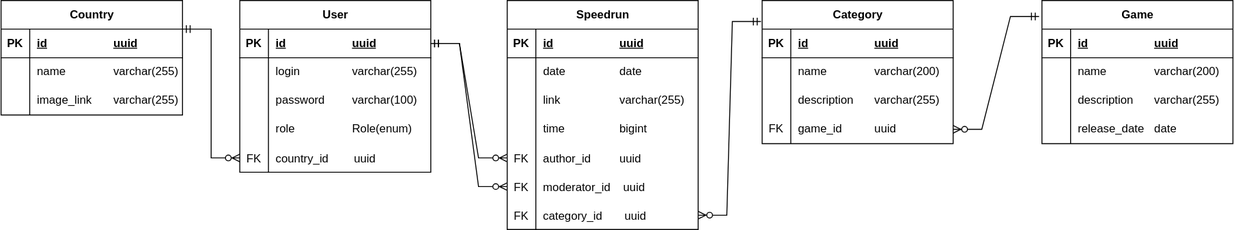
Before: db-schema.svg, a diagram exported from draw.io (rndtrash/speedrunru). Source tidied: cells renumbered, new cells last; positions are measured from the earlier drawing's top-left corner, leaving out a move shared by most shapes.
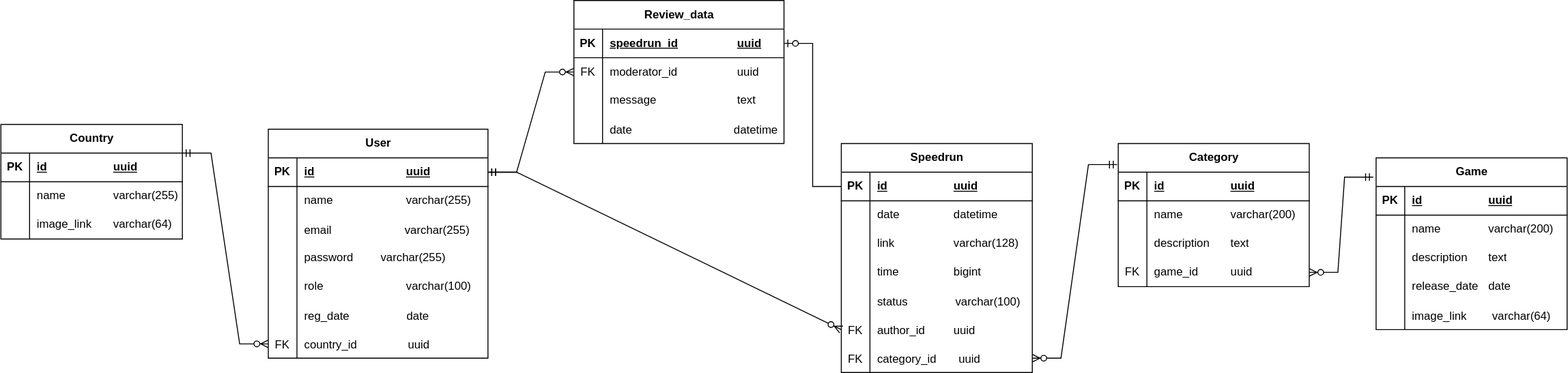
After the change.

Commit message:
#2 SP2 - Дата регистрации для пользователя + обновленная схема

What changed in the source:
```diff
@@ -5,3 +5,3 @@
     <mxCell id="2" value="Country" style="shape=table;startSize=30;rowLines=0;fontStyle=1;align=center;html=1;fillColor=none;" parent="1" vertex="1">
-      <mxGeometry width="190" height="120" as="geometry" />
+      <mxGeometry x="-170" y="-20" width="190" height="120" as="geometry" />
     </mxCell>
@@ -31,3 +31,3 @@
     </mxCell>
-    <mxCell id="11" value="image_link&lt;span style=&quot;white-space: pre;&quot;&gt;&#9;&lt;/span&gt;varchar(255)" style="shape=partialRectangle;fillColor=none;top=0;left=0;bottom=0;right=0;align=left;spacingLeft=6;overflow=hidden;whiteSpace=wrap;html=1;" parent="9" vertex="1">
+    <mxCell id="11" value="image_link&lt;span style=&quot;white-space: pre;&quot;&gt;&#9;&lt;/span&gt;varchar(64)" style="shape=partialRectangle;fillColor=none;top=0;left=0;bottom=0;right=0;align=left;spacingLeft=6;overflow=hidden;whiteSpace=wrap;html=1;" parent="9" vertex="1">
       <mxGeometry x="30" width="160" height="30" as="geometry" />
@@ -35,6 +35,6 @@
     <mxCell id="12" value="User" style="shape=table;startSize=30;rowLines=0;fontStyle=1;align=center;html=1;fillColor=none;" parent="1" vertex="1">
-      <mxGeometry x="250" width="200" height="180" as="geometry" />
+      <mxGeometry x="110" y="-15" width="230" height="240" as="geometry" />
     </mxCell>
     <mxCell id="13" style="shape=tableRow;horizontal=0;startSize=0;swimlaneHead=0;swimlaneBody=0;fillColor=none;points=[[0,0.5],[1,0.5]];portConstraint=eastwest;top=0;left=0;right=0;bottom=1;" parent="12" vertex="1">
-      <mxGeometry y="30" width="200" height="30" as="geometry" />
+      <mxGeometry y="30" width="230" height="30" as="geometry" />
     </mxCell>
@@ -43,7 +43,7 @@
     </mxCell>
-    <mxCell id="15" value="id&lt;span style=&quot;white-space: pre;&quot;&gt;&#9;&lt;/span&gt;&lt;span style=&quot;white-space: pre;&quot;&gt;&#9;&lt;/span&gt;&lt;span style=&quot;white-space: pre;&quot;&gt;&#9;&lt;/span&gt;uuid" style="shape=partialRectangle;fillColor=none;top=0;left=0;bottom=0;right=0;align=left;spacingLeft=6;fontStyle=5;overflow=hidden;whiteSpace=wrap;html=1;" parent="13" vertex="1">
-      <mxGeometry x="30" width="170" height="30" as="geometry" />
+    <mxCell id="15" value="id&lt;span style=&quot;white-space: pre;&quot;&gt;&#9;&lt;/span&gt;&lt;span style=&quot;white-space: pre;&quot;&gt;&#9;&lt;/span&gt;&lt;span style=&quot;white-space: pre;&quot;&gt;&#9;&lt;span style=&quot;white-space: pre;&quot;&gt;&#9;&lt;/span&gt;&lt;/span&gt;uuid" style="shape=partialRectangle;fillColor=none;top=0;left=0;bottom=0;right=0;align=left;spacingLeft=6;fontStyle=5;overflow=hidden;whiteSpace=wrap;html=1;" parent="13" vertex="1">
+      <mxGeometry x="30" width="200" height="30" as="geometry" />
     </mxCell>
     <mxCell id="16" style="shape=tableRow;horizontal=0;startSize=0;swimlaneHead=0;swimlaneBody=0;fillColor=none;top=0;left=0;right=0;bottom=0;" parent="12" vertex="1">
-      <mxGeometry y="60" width="200" height="30" as="geometry" />
+      <mxGeometry y="60" width="230" height="30" as="geometry" />
     </mxCell>
@@ -52,7 +52,16 @@
     </mxCell>
-    <mxCell id="18" value="login&lt;span style=&quot;white-space: pre;&quot;&gt;&#9;&lt;/span&gt;&lt;span style=&quot;white-space: pre;&quot;&gt;&#9;&lt;/span&gt;varchar(255)" style="shape=partialRectangle;fillColor=none;top=0;left=0;bottom=0;right=0;align=left;spacingLeft=6;overflow=hidden;whiteSpace=wrap;html=1;" parent="16" vertex="1">
-      <mxGeometry x="30" width="170" height="30" as="geometry" />
+    <mxCell id="18" value="name&lt;span style=&quot;white-space: pre;&quot;&gt;&#9;&lt;/span&gt;&lt;span style=&quot;white-space: pre;&quot;&gt;&#9;&lt;/span&gt;&lt;span style=&quot;white-space: pre;&quot;&gt;&#9;&lt;/span&gt;varchar(255)" style="shape=partialRectangle;fillColor=none;top=0;left=0;bottom=0;right=0;align=left;spacingLeft=6;overflow=hidden;whiteSpace=wrap;html=1;" parent="16" vertex="1">
+      <mxGeometry x="30" width="200" height="30" as="geometry" />
     </mxCell>
+    <mxCell id="81" style="shape=tableRow;horizontal=0;startSize=0;swimlaneHead=0;swimlaneBody=0;fillColor=none;top=0;left=0;right=0;bottom=0;" parent="12" vertex="1">
+      <mxGeometry y="90" width="230" height="30" as="geometry" />
+    </mxCell>
+    <mxCell id="82" style="shape=partialRectangle;fillColor=none;top=0;left=0;bottom=0;right=0;overflow=hidden;" parent="81" vertex="1">
+      <mxGeometry width="30" height="30" as="geometry" />
+    </mxCell>
+    <mxCell id="83" value="email                       varchar(255)" style="shape=partialRectangle;fillColor=none;top=0;left=0;bottom=0;right=0;align=left;spacingLeft=6;overflow=hidden;" parent="81" vertex="1">
+      <mxGeometry x="30" width="200" height="30" as="geometry" />
+    </mxCell>
     <mxCell id="19" style="shape=tableRow;horizontal=0;startSize=0;swimlaneHead=0;swimlaneBody=0;fillColor=none;top=0;left=0;right=0;bottom=0;" parent="12" vertex="1">
-      <mxGeometry y="90" width="200" height="30" as="geometry" />
+      <mxGeometry y="120" width="230" height="30" as="geometry" />
     </mxCell>
@@ -61,7 +70,7 @@
     </mxCell>
-    <mxCell id="21" value="password&lt;span style=&quot;white-space: pre;&quot;&gt;&#9;&lt;/span&gt;&lt;span style=&quot;white-space: pre;&quot;&gt;&#9;&lt;/span&gt;varchar(100)" style="shape=partialRectangle;fillColor=none;top=0;left=0;bottom=0;right=0;align=left;spacingLeft=6;overflow=hidden;whiteSpace=wrap;html=1;" parent="19" vertex="1">
-      <mxGeometry x="30" width="170" height="30" as="geometry" />
+    <mxCell id="21" value="password&lt;span style=&quot;white-space: pre;&quot;&gt;&#9;&lt;/span&gt;&lt;span style=&quot;white-space: pre;&quot;&gt;&#9;&lt;/span&gt;varchar(255)" style="shape=partialRectangle;fillColor=none;top=0;left=0;bottom=0;right=0;align=left;spacingLeft=6;overflow=hidden;whiteSpace=wrap;html=1;" parent="19" vertex="1">
+      <mxGeometry x="30" width="200" height="30" as="geometry" />
     </mxCell>
     <mxCell id="22" style="shape=tableRow;horizontal=0;startSize=0;swimlaneHead=0;swimlaneBody=0;fillColor=none;top=0;left=0;right=0;bottom=0;" parent="12" vertex="1">
-      <mxGeometry y="120" width="200" height="30" as="geometry" />
+      <mxGeometry y="150" width="230" height="30" as="geometry" />
     </mxCell>
@@ -70,7 +79,16 @@
     </mxCell>
-    <mxCell id="24" value="role&lt;span style=&quot;white-space: pre;&quot;&gt;&#9;&lt;/span&gt;&lt;span style=&quot;white-space: pre;&quot;&gt;&#9;&lt;/span&gt;&lt;span style=&quot;white-space: pre;&quot;&gt;&#9;&lt;/span&gt;Role(enum)" style="shape=partialRectangle;fillColor=none;top=0;left=0;bottom=0;right=0;align=left;spacingLeft=6;overflow=hidden;whiteSpace=wrap;html=1;" parent="22" vertex="1">
-      <mxGeometry x="30" width="170" height="30" as="geometry" />
+    <mxCell id="24" value="role&lt;span style=&quot;white-space: pre;&quot;&gt;&#9;&lt;/span&gt;&lt;span style=&quot;white-space: pre;&quot;&gt;&#9;&lt;/span&gt;&lt;span style=&quot;white-space: pre;&quot;&gt;&#9;&lt;/span&gt;&lt;span style=&quot;white-space: pre;&quot;&gt;&#9;&lt;/span&gt;varchar(100)" style="shape=partialRectangle;fillColor=none;top=0;left=0;bottom=0;right=0;align=left;spacingLeft=6;overflow=hidden;whiteSpace=wrap;html=1;" parent="22" vertex="1">
+      <mxGeometry x="30" width="200" height="30" as="geometry" />
     </mxCell>
+    <mxCell id="84" style="shape=tableRow;horizontal=0;startSize=0;swimlaneHead=0;swimlaneBody=0;fillColor=none;top=0;left=0;right=0;bottom=0;" parent="12" vertex="1">
+      <mxGeometry y="180" width="230" height="30" as="geometry" />
+    </mxCell>
+    <mxCell id="85" style="shape=partialRectangle;fillColor=none;top=0;left=0;bottom=0;right=0;overflow=hidden;" parent="84" vertex="1">
+      <mxGeometry width="30" height="30" as="geometry" />
+    </mxCell>
+    <mxCell id="86" value="reg_date                  date" style="shape=partialRectangle;fillColor=none;top=0;left=0;bottom=0;right=0;align=left;spacingLeft=6;overflow=hidden;" parent="84" vertex="1">
+      <mxGeometry x="30" width="200" height="30" as="geometry" />
+    </mxCell>
     <mxCell id="25" style="shape=tableRow;horizontal=0;startSize=0;swimlaneHead=0;swimlaneBody=0;fillColor=none;points=[[0,0.5],[1,0.5]];portConstraint=eastwest;top=0;left=0;right=0;bottom=0;" parent="12" vertex="1">
-      <mxGeometry y="150" width="200" height="30" as="geometry" />
+      <mxGeometry y="210" width="230" height="30" as="geometry" />
     </mxCell>
@@ -79,4 +97,4 @@
     </mxCell>
-    <mxCell id="27" value="country_id        uuid" style="shape=partialRectangle;fillColor=none;top=0;left=0;bottom=0;right=0;align=left;spacingLeft=6;overflow=hidden;" parent="25" vertex="1">
-      <mxGeometry x="30" width="170" height="30" as="geometry" />
+    <mxCell id="27" value="country_id                uuid" style="shape=partialRectangle;fillColor=none;top=0;left=0;bottom=0;right=0;align=left;spacingLeft=6;overflow=hidden;" parent="25" vertex="1">
+      <mxGeometry x="30" width="200" height="30" as="geometry" />
     </mxCell>
@@ -86,3 +104,3 @@
     <mxCell id="29" value="Game" style="shape=table;startSize=30;rowLines=0;fontStyle=1;align=center;html=1;fillColor=none;" parent="1" vertex="1">
-      <mxGeometry x="1090" width="200" height="150" as="geometry" />
+      <mxGeometry x="1270" y="15" width="200" height="180" as="geometry" />
     </mxCell>
@@ -112,3 +130,3 @@
     </mxCell>
-    <mxCell id="38" value="description&lt;span style=&quot;white-space: pre;&quot;&gt;&#9;&lt;/span&gt;varchar(255)" style="shape=partialRectangle;fillColor=none;top=0;left=0;bottom=0;right=0;align=left;spacingLeft=6;overflow=hidden;whiteSpace=wrap;html=1;" parent="36" vertex="1">
+    <mxCell id="38" value="description&lt;span style=&quot;white-space: pre;&quot;&gt;&#9;&lt;/span&gt;text" style="shape=partialRectangle;fillColor=none;top=0;left=0;bottom=0;right=0;align=left;spacingLeft=6;overflow=hidden;whiteSpace=wrap;html=1;" parent="36" vertex="1">
       <mxGeometry x="30" width="170" height="30" as="geometry" />
@@ -124,4 +142,13 @@
     </mxCell>
+    <mxCell id="87" style="shape=tableRow;horizontal=0;startSize=0;swimlaneHead=0;swimlaneBody=0;fillColor=none;top=0;left=0;right=0;bottom=0;" parent="29" vertex="1">
+      <mxGeometry y="150" width="200" height="30" as="geometry" />
+    </mxCell>
+    <mxCell id="88" style="shape=partialRectangle;fillColor=none;top=0;left=0;bottom=0;right=0;overflow=hidden;" parent="87" vertex="1">
+      <mxGeometry width="30" height="30" as="geometry" />
+    </mxCell>
+    <mxCell id="89" value="image_link        varchar(64)" style="shape=partialRectangle;fillColor=none;top=0;left=0;bottom=0;right=0;align=left;spacingLeft=6;overflow=hidden;" parent="87" vertex="1">
+      <mxGeometry x="30" width="170" height="30" as="geometry" />
+    </mxCell>
     <mxCell id="42" value="Category" style="shape=table;startSize=30;rowLines=0;fontStyle=1;align=center;html=1;fillColor=none;" parent="1" vertex="1">
-      <mxGeometry x="797" width="200" height="150" as="geometry" />
+      <mxGeometry x="1000" width="200" height="150" as="geometry" />
     </mxCell>
@@ -151,3 +178,3 @@
     </mxCell>
-    <mxCell id="51" value="description&lt;span style=&quot;white-space: pre;&quot;&gt;&#9;&lt;/span&gt;varchar(255)" style="shape=partialRectangle;fillColor=none;top=0;left=0;bottom=0;right=0;align=left;spacingLeft=6;overflow=hidden;whiteSpace=wrap;html=1;" parent="49" vertex="1">
+    <mxCell id="51" value="description&lt;span style=&quot;white-space: pre;&quot;&gt;&#9;&lt;/span&gt;text" style="shape=partialRectangle;fillColor=none;top=0;left=0;bottom=0;right=0;align=left;spacingLeft=6;overflow=hidden;whiteSpace=wrap;html=1;" parent="49" vertex="1">
       <mxGeometry x="30" width="170" height="30" as="geometry" />
@@ -167,3 +194,3 @@
     <mxCell id="56" value="Speedrun" style="shape=table;startSize=30;rowLines=0;fontStyle=1;align=center;html=1;fillColor=none;" parent="1" vertex="1">
-      <mxGeometry x="530" width="200" height="240" as="geometry" />
+      <mxGeometry x="710" width="200" height="240" as="geometry" />
     </mxCell>
@@ -184,3 +211,3 @@
     </mxCell>
-    <mxCell id="62" value="date&lt;span style=&quot;white-space: pre;&quot;&gt;&#9;&lt;/span&gt;&lt;span style=&quot;white-space: pre;&quot;&gt;&#9;&lt;span style=&quot;white-space: pre;&quot;&gt;&#9;&lt;/span&gt;&lt;/span&gt;date" style="shape=partialRectangle;fillColor=none;top=0;left=0;bottom=0;right=0;align=left;spacingLeft=6;overflow=hidden;whiteSpace=wrap;html=1;" parent="60" vertex="1">
+    <mxCell id="62" value="date&lt;span style=&quot;white-space: pre;&quot;&gt;&#9;&lt;/span&gt;&lt;span style=&quot;white-space: pre;&quot;&gt;&#9;&lt;span style=&quot;white-space: pre;&quot;&gt;&#9;&lt;/span&gt;&lt;/span&gt;datetime" style="shape=partialRectangle;fillColor=none;top=0;left=0;bottom=0;right=0;align=left;spacingLeft=6;overflow=hidden;whiteSpace=wrap;html=1;" parent="60" vertex="1">
       <mxGeometry x="30" width="170" height="30" as="geometry" />
@@ -193,3 +220,3 @@
     </mxCell>
-    <mxCell id="65" value="link&lt;span style=&quot;white-space: pre;&quot;&gt;&#9;&lt;/span&gt;&lt;span style=&quot;white-space: pre;&quot;&gt;&#9;&lt;span style=&quot;white-space: pre;&quot;&gt;&#9;&lt;/span&gt;&lt;/span&gt;varchar(255)" style="shape=partialRectangle;fillColor=none;top=0;left=0;bottom=0;right=0;align=left;spacingLeft=6;overflow=hidden;whiteSpace=wrap;html=1;" parent="63" vertex="1">
+    <mxCell id="65" value="link&lt;span style=&quot;white-space: pre;&quot;&gt;&#9;&lt;/span&gt;&lt;span style=&quot;white-space: pre;&quot;&gt;&#9;&lt;span style=&quot;white-space: pre;&quot;&gt;&#9;&lt;/span&gt;&lt;/span&gt;varchar(128)" style="shape=partialRectangle;fillColor=none;top=0;left=0;bottom=0;right=0;align=left;spacingLeft=6;overflow=hidden;whiteSpace=wrap;html=1;" parent="63" vertex="1">
       <mxGeometry x="30" width="170" height="30" as="geometry" />
@@ -205,4 +232,13 @@
     </mxCell>
+    <mxCell id="90" style="shape=tableRow;horizontal=0;startSize=0;swimlaneHead=0;swimlaneBody=0;fillColor=none;top=0;left=0;right=0;bottom=0;" parent="56" vertex="1">
+      <mxGeometry y="150" width="200" height="30" as="geometry" />
+    </mxCell>
+    <mxCell id="91" style="shape=partialRectangle;fillColor=none;top=0;left=0;bottom=0;right=0;overflow=hidden;" parent="90" vertex="1">
+      <mxGeometry width="30" height="30" as="geometry" />
+    </mxCell>
+    <mxCell id="92" value="status               varchar(100)" style="shape=partialRectangle;fillColor=none;top=0;left=0;bottom=0;right=0;align=left;spacingLeft=6;overflow=hidden;" parent="90" vertex="1">
+      <mxGeometry x="30" width="170" height="30" as="geometry" />
+    </mxCell>
     <mxCell id="69" style="shape=tableRow;horizontal=0;startSize=0;swimlaneHead=0;swimlaneBody=0;fillColor=none;points=[[0,0.5],[1,0.5]];portConstraint=eastwest;top=0;left=0;right=0;bottom=0;" parent="56" vertex="1">
-      <mxGeometry y="150" width="200" height="30" as="geometry" />
+      <mxGeometry y="180" width="200" height="30" as="geometry" />
     </mxCell>
@@ -214,11 +250,2 @@
     </mxCell>
-    <mxCell id="72" style="shape=tableRow;horizontal=0;startSize=0;swimlaneHead=0;swimlaneBody=0;fillColor=none;points=[[0,0.5],[1,0.5]];portConstraint=eastwest;top=0;left=0;right=0;bottom=0;" parent="56" vertex="1">
-      <mxGeometry y="180" width="200" height="30" as="geometry" />
-    </mxCell>
-    <mxCell id="73" value="FK" style="shape=partialRectangle;fillColor=none;top=0;left=0;bottom=0;right=0;overflow=hidden;" parent="72" vertex="1">
-      <mxGeometry width="30" height="30" as="geometry" />
-    </mxCell>
-    <mxCell id="74" value="moderator_id    uuid" style="shape=partialRectangle;fillColor=none;top=0;left=0;bottom=0;right=0;align=left;spacingLeft=6;overflow=hidden;" parent="72" vertex="1">
-      <mxGeometry x="30" width="170" height="30" as="geometry" />
-    </mxCell>
     <mxCell id="75" style="shape=tableRow;horizontal=0;startSize=0;swimlaneHead=0;swimlaneBody=0;fillColor=none;points=[[0,0.5],[1,0.5]];portConstraint=eastwest;top=0;left=0;right=0;bottom=0;" parent="56" vertex="1">
@@ -235,8 +262,59 @@
     </mxCell>
-    <mxCell id="79" style="edgeStyle=entityRelationEdgeStyle;fontSize=12;html=1;endArrow=ERzeroToMany;startArrow=ERmandOne;rounded=0;entryX=0;entryY=0.5;entryDx=0;entryDy=0;exitX=1;exitY=0.5;exitDx=0;exitDy=0;" parent="1" edge="1" source="13" target="69">
-      <mxGeometry relative="1" as="geometry" />
+    <mxCell id="79" style="fontSize=12;html=1;endArrow=ERzeroToMany;startArrow=ERmandOne;rounded=0;entryX=0;entryY=0.5;entryDx=0;entryDy=0;exitX=1;exitY=0.5;exitDx=0;exitDy=0;strokeColor=#000000;strokeWidth=1;" parent="1" edge="1" source="13" target="69">
+      <mxGeometry relative="1" as="geometry">
+        <Array as="points">
+          <mxPoint x="370" y="30" />
+        </Array>
+      </mxGeometry>
     </mxCell>
-    <mxCell id="80" style="edgeStyle=entityRelationEdgeStyle;fontSize=12;html=1;endArrow=ERzeroToMany;startArrow=ERmandOne;rounded=0;entryX=0;entryY=0.5;entryDx=0;entryDy=0;exitX=1;exitY=0.5;exitDx=0;exitDy=0;" parent="1" edge="1" source="13" target="72">
-      <mxGeometry relative="1" as="geometry" />
-    </mxCell>
+    <mxCell id="93" value="Review_data" style="shape=table;startSize=30;rowLines=0;fontStyle=1;align=center;html=1;" parent="1" vertex="1">
+      <mxGeometry x="430" y="-150" width="220" height="150" as="geometry" />
+    </mxCell>
+    <mxCell id="94" style="shape=tableRow;horizontal=0;startSize=0;swimlaneHead=0;swimlaneBody=0;fillColor=none;points=[[0,0.5],[1,0.5]];portConstraint=eastwest;top=0;left=0;right=0;bottom=1;" parent="93" vertex="1">
+      <mxGeometry y="30" width="220" height="30" as="geometry" />
+    </mxCell>
+    <mxCell id="95" value="PK" style="shape=partialRectangle;fillColor=none;top=0;left=0;bottom=0;right=0;fontStyle=1;overflow=hidden;whiteSpace=wrap;html=1;" parent="94" vertex="1">
+      <mxGeometry width="30" height="30" as="geometry" />
+    </mxCell>
+    <mxCell id="96" value="speedrun_id&lt;span style=&quot;white-space: pre;&quot;&gt;&#9;&lt;/span&gt;&lt;span style=&quot;white-space: pre;&quot;&gt;&#9;&lt;/span&gt;&lt;span style=&quot;white-space: pre;&quot;&gt;&#9;&lt;/span&gt;uuid" style="shape=partialRectangle;fillColor=none;top=0;left=0;bottom=0;right=0;align=left;spacingLeft=6;fontStyle=5;overflow=hidden;whiteSpace=wrap;html=1;" parent="94" vertex="1">
+      <mxGeometry x="30" width="190" height="30" as="geometry" />
+    </mxCell>
+    <mxCell id="97" style="shape=tableRow;horizontal=0;startSize=0;swimlaneHead=0;swimlaneBody=0;fillColor=none;points=[[0,0.5],[1,0.5]];portConstraint=eastwest;top=0;left=0;right=0;bottom=0;" parent="93" vertex="1">
+      <mxGeometry y="60" width="220" height="30" as="geometry" />
+    </mxCell>
+    <mxCell id="73" value="FK" style="shape=partialRectangle;fillColor=none;top=0;left=0;bottom=0;right=0;overflow=hidden;whiteSpace=wrap;html=1;" parent="97" vertex="1">
+      <mxGeometry width="30" height="30" as="geometry" />
+    </mxCell>
+    <mxCell id="74" value="moderator_id&lt;span style=&quot;white-space: pre;&quot;&gt;&#9;&lt;/span&gt;&lt;span style=&quot;white-space: pre;&quot;&gt;&#9;&lt;/span&gt;&lt;span style=&quot;white-space: pre;&quot;&gt;&#9;&lt;/span&gt;uuid" style="shape=partialRectangle;fillColor=none;top=0;left=0;bottom=0;right=0;align=left;spacingLeft=6;overflow=hidden;whiteSpace=wrap;html=1;" parent="97" vertex="1">
+      <mxGeometry x="30" width="190" height="30" as="geometry" />
+    </mxCell>
+    <mxCell id="98" style="shape=tableRow;horizontal=0;startSize=0;swimlaneHead=0;swimlaneBody=0;fillColor=none;top=0;left=0;right=0;bottom=0;" parent="93" vertex="1">
+      <mxGeometry y="90" width="220" height="30" as="geometry" />
+    </mxCell>
+    <mxCell id="99" style="shape=partialRectangle;fillColor=none;top=0;left=0;bottom=0;right=0;overflow=hidden;whiteSpace=wrap;html=1;" parent="98" vertex="1">
+      <mxGeometry width="30" height="30" as="geometry" />
+    </mxCell>
+    <mxCell id="100" value="message&lt;span style=&quot;white-space: pre;&quot;&gt;&#9;&lt;/span&gt;&lt;span style=&quot;white-space: pre;&quot;&gt;&#9;&lt;span style=&quot;white-space: pre;&quot;&gt;&#9;&lt;/span&gt;&lt;span style=&quot;white-space: pre;&quot;&gt;&#9;&lt;/span&gt;&lt;/span&gt;text&lt;span style=&quot;white-space: pre;&quot;&gt;&#9;&lt;/span&gt;&lt;span style=&quot;white-space: pre;&quot;&gt;&#9;&lt;/span&gt;" style="shape=partialRectangle;fillColor=none;top=0;left=0;bottom=0;right=0;align=left;spacingLeft=6;overflow=hidden;whiteSpace=wrap;html=1;" parent="98" vertex="1">
+      <mxGeometry x="30" width="190" height="30" as="geometry" />
+    </mxCell>
+    <mxCell id="101" style="shape=tableRow;horizontal=0;startSize=0;swimlaneHead=0;swimlaneBody=0;fillColor=none;top=0;left=0;right=0;bottom=0;" parent="93" vertex="1">
+      <mxGeometry y="120" width="220" height="30" as="geometry" />
+    </mxCell>
+    <mxCell id="102" style="shape=partialRectangle;fillColor=none;top=0;left=0;bottom=0;right=0;overflow=hidden;" parent="101" vertex="1">
+      <mxGeometry width="30" height="30" as="geometry" />
+    </mxCell>
+    <mxCell id="103" value="date                                datetime" style="shape=partialRectangle;fillColor=none;top=0;left=0;bottom=0;right=0;align=left;spacingLeft=6;overflow=hidden;" parent="101" vertex="1">
+      <mxGeometry x="30" width="190" height="30" as="geometry" />
+    </mxCell>
+    <mxCell id="104" style="fontSize=12;html=1;endArrow=ERzeroToOne;endFill=1;rounded=0;entryX=1;entryY=0.5;entryDx=0;entryDy=0;strokeColor=#000000;strokeWidth=1;exitX=0;exitY=0.5;exitDx=0;exitDy=0;" parent="1" edge="1" source="57" target="94">
+      <mxGeometry relative="1" as="geometry">
+        <Array as="points">
+          <mxPoint x="680" y="45" />
+          <mxPoint x="680" y="-105" />
+        </Array>
+      </mxGeometry>
+    </mxCell>
+    <mxCell id="105" style="edgeStyle=entityRelationEdgeStyle;fontSize=12;html=1;endArrow=ERzeroToMany;startArrow=ERmandOne;rounded=0;exitX=1;exitY=0.5;exitDx=0;exitDy=0;entryX=0;entryY=0.5;entryDx=0;entryDy=0;" parent="1" edge="1" source="13" target="97">
+      <mxGeometry relative="1" as="geometry" />
+    </mxCell>
   </root>
```
